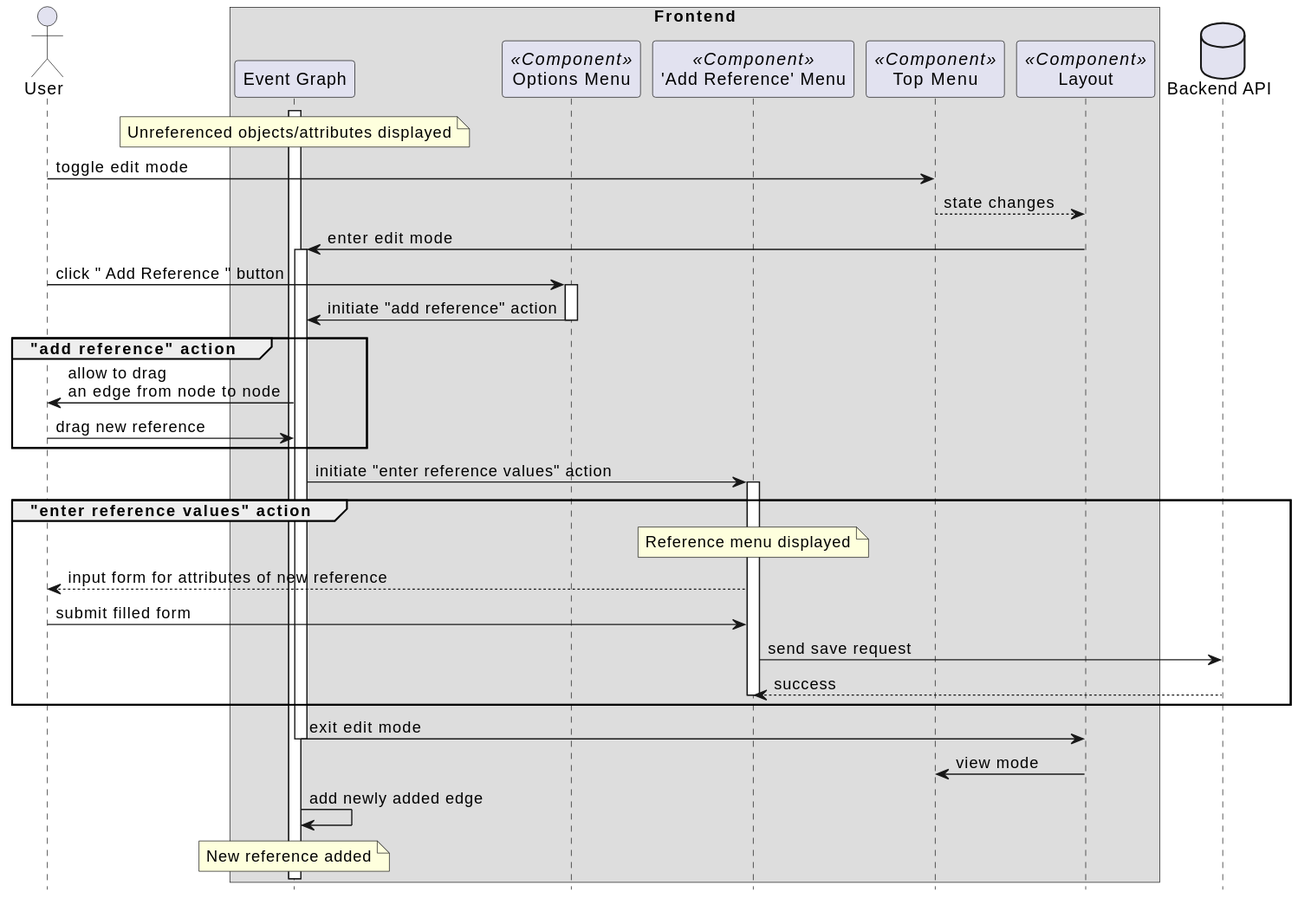
Above: docs/sequencediagrams/svg/add_reference.svg in Modern-MISP/frontend (PlantUML), before the change.
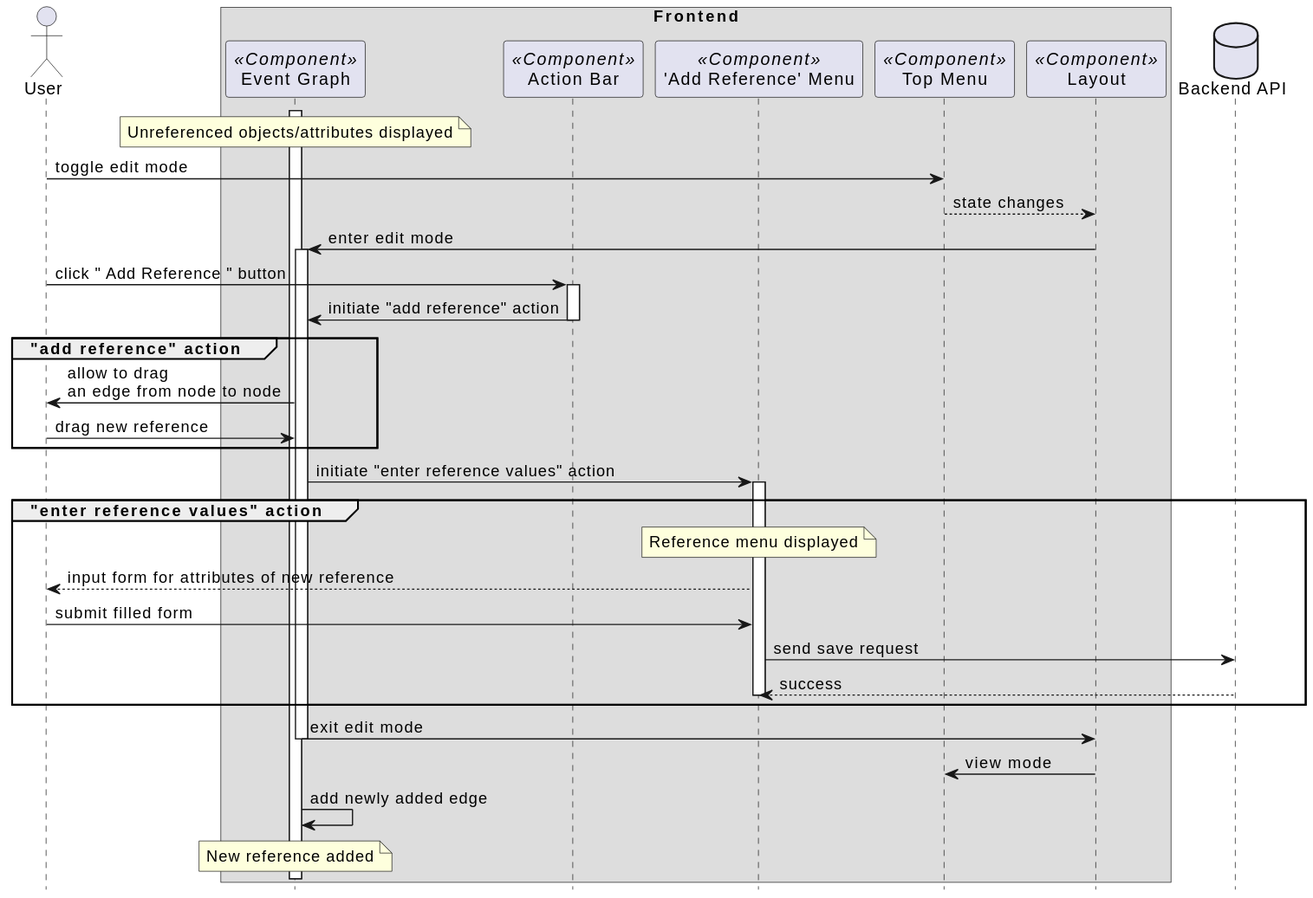
The same file after the commit.

The edit, as a diff of the source:
```diff
@@ -3,8 +3,8 @@
 
 actor User as user
 box "Frontend"
-participant "Event Graph" as eventgraph
-participant "Options Menu" as optmenu <<Component>>
+participant "Event Graph" as eventgraph <<Component>>
+participant "Action Bar" as optmenu <<Component>>
 participant "'Add Reference' Menu" as addreferencemenu <<Component>>
 participant "Top Menu" as topmenu <<Component>>
 participant Layout as layout <<Component>>
```
